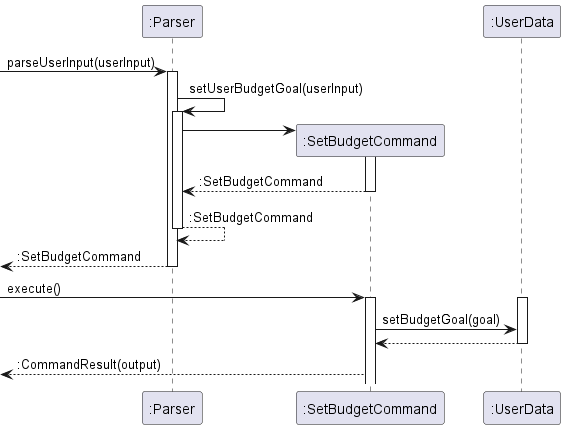
Above: docs/images/DeveloperGuide/SetBudgetCommandSequenceDiagram.png in nus-cs2113-AY2223S2/tp (PlantUML), before the change.
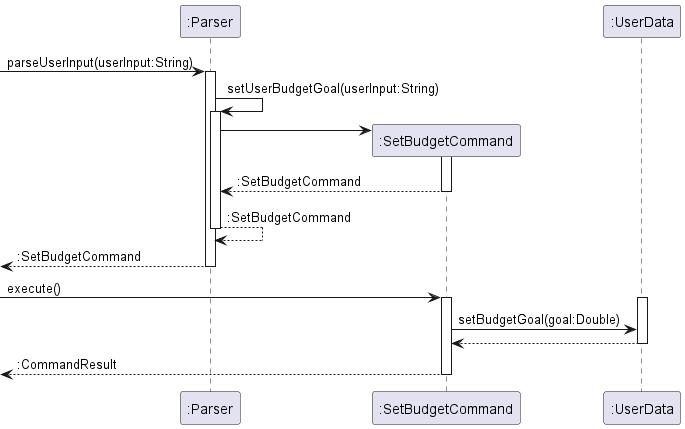
The same diagram one commit later.

Commit message:
Update sequence diagram

The edit, as a diff of the source:
```diff
@@ -3,9 +3,9 @@
 participant ":SetBudgetCommand" as SetBudgetCommand
 participant ":UserData" as UserData
 
-[-> Parser : parseUserInput(userInput)
+[-> Parser : parseUserInput(userInput:String)
 activate Parser
-Parser -> Parser : setUserBudgetGoal(userInput)
+Parser -> Parser : setUserBudgetGoal(userInput:String)
 activate Parser
 create SetBudgetCommand
 Parser -> SetBudgetCommand
@@ -20,9 +20,10 @@
 [-> SetBudgetCommand : execute()
 activate SetBudgetCommand
 activate UserData
-SetBudgetCommand -> UserData : setBudgetGoal(goal)
+SetBudgetCommand -> UserData : setBudgetGoal(goal:Double)
 UserData --> SetBudgetCommand
 deactivate UserData
-SetBudgetCommand -->[ : :CommandResult(output)
+SetBudgetCommand -->[ : :CommandResult
+deactivate SetBudgetCommand
 
 @enduml
```
